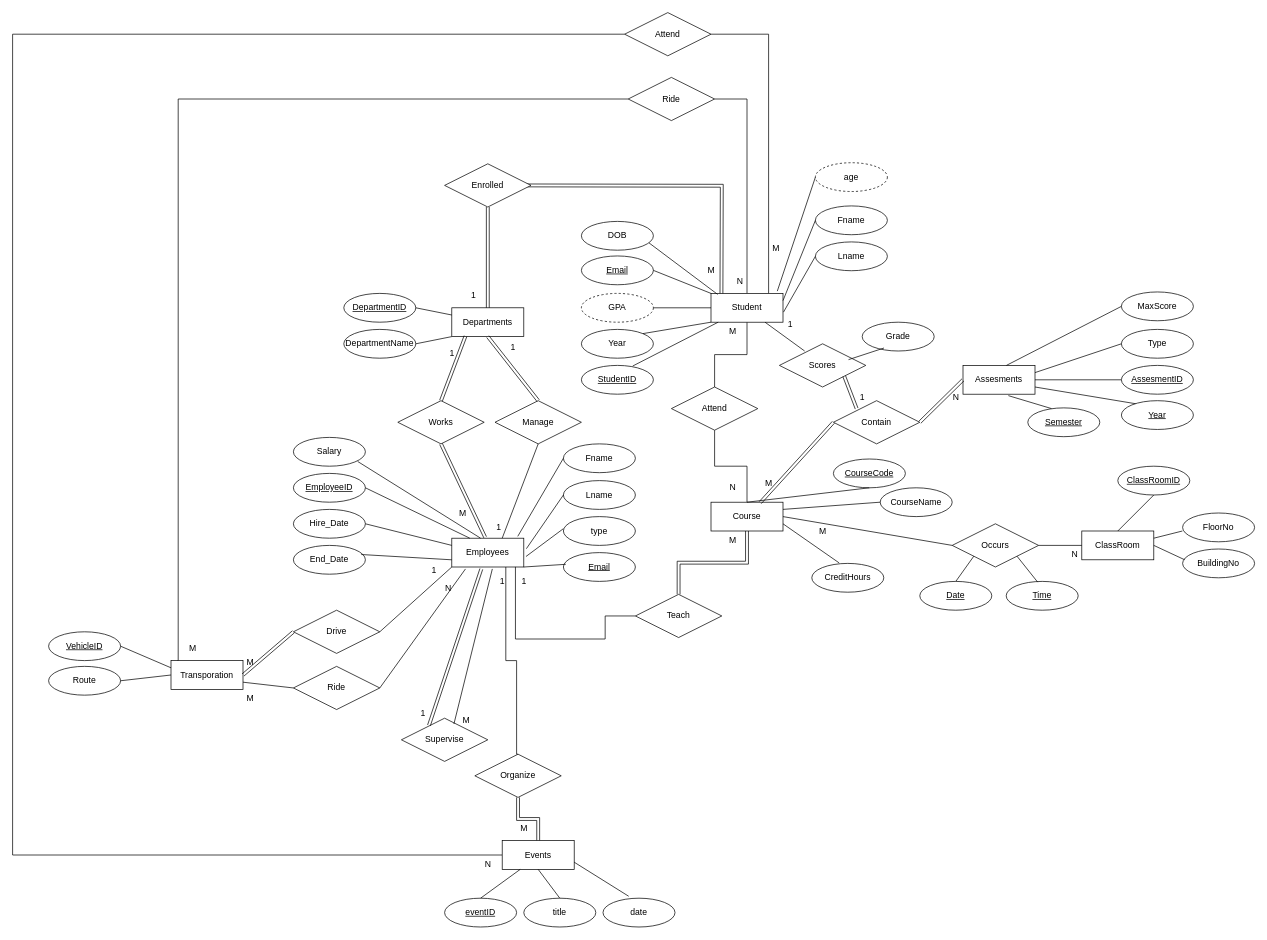
Earlier version of the draw.io diagram FacultyERD.drawio (seiffmohamedd/University_DBMS). Source tidied: cells renumbered, new cells numbered last; positions are measured from the earlier drawing's top-left corner, leaving out a move shared by most shapes. Both pictures are drawn from the tidied source at 72%, with x=0, y=0 at pixel (12, 12).
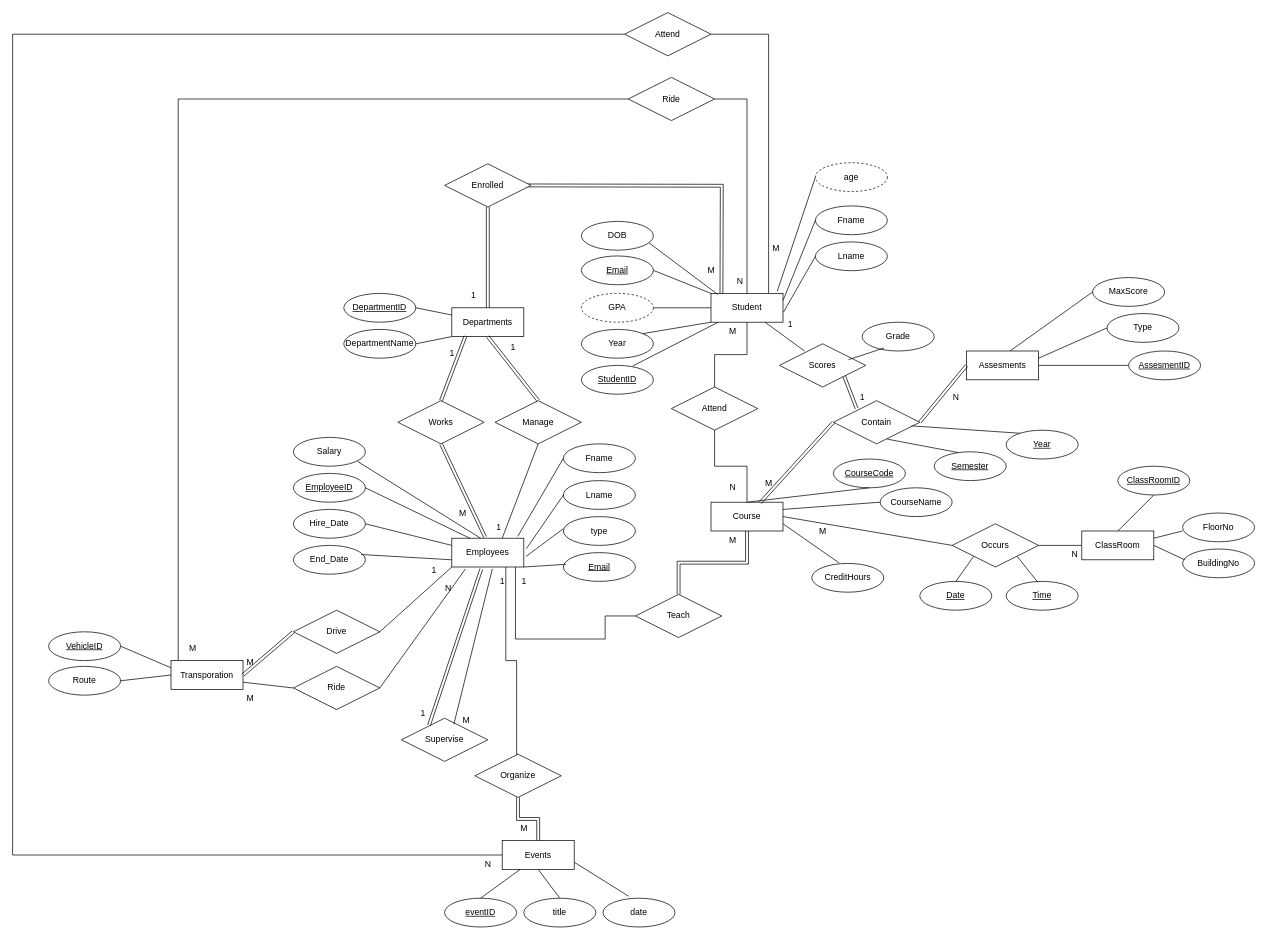
Above is the later version.

Commit message (it also covers changes not shown here):
ERD Update , Fixed Data insertion

Unchanged cells that the change refers to:
```xml
<mxCell id="123" value="Contain" style="shape=rhombus;perimeter=rhombusPerimeter;whiteSpace=wrap;html=1;align=center;" parent="1" vertex="1">
  <mxGeometry x="1140" y="539" width="120" height="60" as="geometry" />
</mxCell>
```

The edit, as a diff of the source:
```diff
@@
     <mxCell id="3" value="Assesments" style="whiteSpace=wrap;html=1;align=center;" parent="1" vertex="1">
-      <mxGeometry x="1320" y="490" width="100" height="40" as="geometry" />
+      <mxGeometry x="1325" y="470" width="100" height="40" as="geometry" />
     </mxCell>
@@
     <mxCell id="84" value="AssesmentID" style="ellipse;whiteSpace=wrap;html=1;align=center;fontStyle=4;" parent="1" vertex="1">
-      <mxGeometry x="1540" y="490" width="100" height="40" as="geometry" />
+      <mxGeometry x="1550" y="470" width="100" height="40" as="geometry" />
     </mxCell>
     <mxCell id="85" value="Type" style="ellipse;whiteSpace=wrap;html=1;align=center;" parent="1" vertex="1">
-      <mxGeometry x="1540" y="440" width="100" height="40" as="geometry" />
+      <mxGeometry x="1520" y="418" width="100" height="40" as="geometry" />
     </mxCell>
@@
     <mxCell id="127" value="MaxScore" style="ellipse;whiteSpace=wrap;html=1;align=center;" parent="1" vertex="1">
-      <mxGeometry x="1540" y="388" width="100" height="40" as="geometry" />
+      <mxGeometry x="1500" y="368" width="100" height="40" as="geometry" />
     </mxCell>
@@
-    <mxCell id="144" style="endArrow=none;html=1;rounded=0;exitX=0.63;exitY=1.05;exitDx=0;exitDy=0;exitPerimeter=0;entryX=0.33;entryY=0.025;entryDx=0;entryDy=0;entryPerimeter=0;" parent="1" edge="1" source="3" target="146">
+    <mxCell id="144" style="endArrow=none;html=1;rounded=0;entryX=0.33;entryY=0.025;entryDx=0;entryDy=0;entryPerimeter=0;exitX=0.623;exitY=0.89;exitDx=0;exitDy=0;exitPerimeter=0;" parent="1" edge="1" source="123" target="146">
       <mxGeometry relative="1" as="geometry" />
     </mxCell>
-    <mxCell id="145" style="endArrow=none;html=1;rounded=0;exitX=1;exitY=0.75;exitDx=0;exitDy=0;entryX=0.203;entryY=0.108;entryDx=0;entryDy=0;entryPerimeter=0;" parent="1" edge="1" source="3" target="147">
+    <mxCell id="145" style="endArrow=none;html=1;rounded=0;exitX=0.903;exitY=0.583;exitDx=0;exitDy=0;entryX=0.203;entryY=0.108;entryDx=0;entryDy=0;entryPerimeter=0;exitPerimeter=0;" parent="1" edge="1" source="123" target="147">
       <mxGeometry relative="1" as="geometry" />
     </mxCell>
     <mxCell id="146" value="Semester" style="ellipse;whiteSpace=wrap;html=1;align=center;fontStyle=4;" parent="1" vertex="1">
-      <mxGeometry x="1410" y="549" width="100" height="40" as="geometry" />
+      <mxGeometry x="1280" y="610" width="100" height="40" as="geometry" />
     </mxCell>
     <mxCell id="147" value="Year" style="ellipse;whiteSpace=wrap;html=1;align=center;fontStyle=4;" parent="1" vertex="1">
-      <mxGeometry x="1540" y="539" width="100" height="40" as="geometry" />
+      <mxGeometry x="1380" y="580" width="100" height="40" as="geometry" />
     </mxCell>
```
